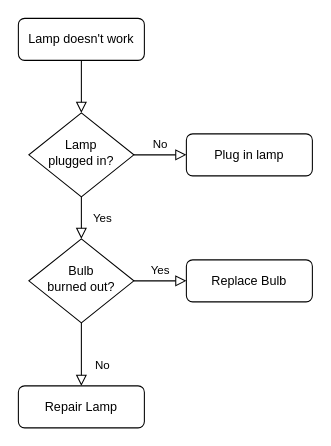
Before: img/Untitled Diagram.drawio in dragoon8192/LPMS-self-localization, a draw.io diagram. Source tidied: cells renumbered, new cells numbered last; positions are measured from the earlier drawing's top-left corner, leaving out a move shared by most shapes. Both pictures are drawn from the tidied source at 105%, with x=0, y=0 at pixel (18, 18).
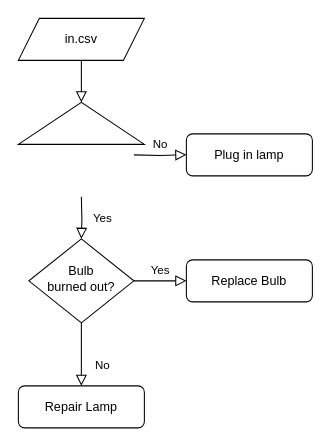
The same page after the edit.

Commit message:
Untitled Diagram.drawio を更新します

Change to the diagram source:
```diff
@@
 <mxGraphModel>
   <root>
     <mxCell id="0" />
     <mxCell id="1" parent="0" />
-    <mxCell id="2" style="rounded=0;html=1;jettySize=auto;fontSize=11;endArrow=block;endFill=0;endSize=8;strokeWidth=1;shadow=0;labelBackgroundColor=none;edgeStyle=orthogonalEdgeStyle;" parent="1" edge="1" source="3" target="6">
+    <mxCell id="2" style="rounded=0;html=1;jettySize=auto;fontSize=11;endArrow=block;endFill=0;endSize=8;strokeWidth=1;shadow=0;labelBackgroundColor=none;edgeStyle=orthogonalEdgeStyle;" parent="1" edge="1" source="13" target="14">
       <mxGeometry relative="1" as="geometry" />
     </mxCell>
-    <mxCell id="3" value="Lamp doesn't work" style="rounded=1;whiteSpace=wrap;html=1;fontSize=12;glass=0;strokeWidth=1;shadow=0;" parent="1" vertex="1">
-      <mxGeometry width="120" height="40" as="geometry" />
-    </mxCell>
-    <mxCell id="4" value="Yes" style="rounded=0;html=1;jettySize=auto;fontSize=11;endArrow=block;endFill=0;endSize=8;strokeWidth=1;shadow=0;labelBackgroundColor=none;edgeStyle=orthogonalEdgeStyle;" parent="1" edge="1" source="6" target="10">
-      <mxGeometry y="20" relative="1" as="geometry" />
+    <mxCell id="4" value="Yes" style="rounded=0;html=1;jettySize=auto;fontSize=11;endArrow=block;endFill=0;endSize=8;strokeWidth=1;shadow=0;labelBackgroundColor=none;edgeStyle=orthogonalEdgeStyle;" parent="1" edge="1" target="10">
+      <mxGeometry y="20" relative="1" as="geometry">
+        <mxPoint x="60" y="170" as="sourcePoint" />
+      </mxGeometry>
     </mxCell>
-    <mxCell id="5" value="No" style="edgeStyle=orthogonalEdgeStyle;rounded=0;html=1;jettySize=auto;fontSize=11;endArrow=block;endFill=0;endSize=8;strokeWidth=1;shadow=0;labelBackgroundColor=none;" parent="1" edge="1" source="6" target="7">
-      <mxGeometry y="10" relative="1" as="geometry" />
+    <mxCell id="5" value="No" style="edgeStyle=orthogonalEdgeStyle;rounded=0;html=1;jettySize=auto;fontSize=11;endArrow=block;endFill=0;endSize=8;strokeWidth=1;shadow=0;labelBackgroundColor=none;" parent="1" edge="1" target="7">
+      <mxGeometry y="10" relative="1" as="geometry">
+        <mxPoint x="110" y="130" as="sourcePoint" />
+      </mxGeometry>
     </mxCell>
-    <mxCell id="6" value="Lamp&lt;br&gt;plugged in?" style="rhombus;whiteSpace=wrap;html=1;shadow=0;fontFamily=Helvetica;fontSize=12;align=center;strokeWidth=1;spacing=6;spacingTop=-4;" parent="1" vertex="1">
-      <mxGeometry x="10" y="90" width="100" height="80" as="geometry" />
-    </mxCell>
     <mxCell id="7" value="Plug in lamp" style="rounded=1;whiteSpace=wrap;html=1;fontSize=12;glass=0;strokeWidth=1;shadow=0;" parent="1" vertex="1">
       <mxGeometry x="160" y="110" width="120" height="40" as="geometry" />
     </mxCell>
     <mxCell id="8" value="No" style="rounded=0;html=1;jettySize=auto;fontSize=11;endArrow=block;endFill=0;endSize=8;strokeWidth=1;shadow=0;labelBackgroundColor=none;edgeStyle=orthogonalEdgeStyle;" parent="1" edge="1" source="10" target="11">
       <mxGeometry x="0.33" y="20" relative="1" as="geometry" />
     </mxCell>
     <mxCell id="9" value="Yes" style="edgeStyle=orthogonalEdgeStyle;rounded=0;html=1;jettySize=auto;fontSize=11;endArrow=block;endFill=0;endSize=8;strokeWidth=1;shadow=0;labelBackgroundColor=none;" parent="1" edge="1" source="10" target="12">
       <mxGeometry y="10" relative="1" as="geometry" />
     </mxCell>
     <mxCell id="10" value="Bulb&lt;br&gt;burned out?" style="rhombus;whiteSpace=wrap;html=1;shadow=0;fontFamily=Helvetica;fontSize=12;align=center;strokeWidth=1;spacing=6;spacingTop=-4;" parent="1" vertex="1">
       <mxGeometry x="10" y="210" width="100" height="80" as="geometry" />
     </mxCell>
     <mxCell id="11" value="Repair Lamp" style="rounded=1;whiteSpace=wrap;html=1;fontSize=12;glass=0;strokeWidth=1;shadow=0;" parent="1" vertex="1">
       <mxGeometry y="350" width="120" height="40" as="geometry" />
     </mxCell>
     <mxCell id="12" value="Replace Bulb" style="rounded=1;whiteSpace=wrap;html=1;fontSize=12;glass=0;strokeWidth=1;shadow=0;" parent="1" vertex="1">
       <mxGeometry x="160" y="230" width="120" height="40" as="geometry" />
     </mxCell>
+    <mxCell id="13" value="in.csv" style="shape=parallelogram;perimeter=parallelogramPerimeter;whiteSpace=wrap;html=1;fixedSize=1;" parent="1" vertex="1">
+      <mxGeometry width="120" height="40" as="geometry" />
+    </mxCell>
+    <mxCell id="14" style="triangle;whiteSpace=wrap;html=1;rotation=-90;" parent="1" vertex="1">
+      <mxGeometry x="40" y="40" width="40" height="120" as="geometry" />
+    </mxCell>
   </root>
 </mxGraphModel>
```
